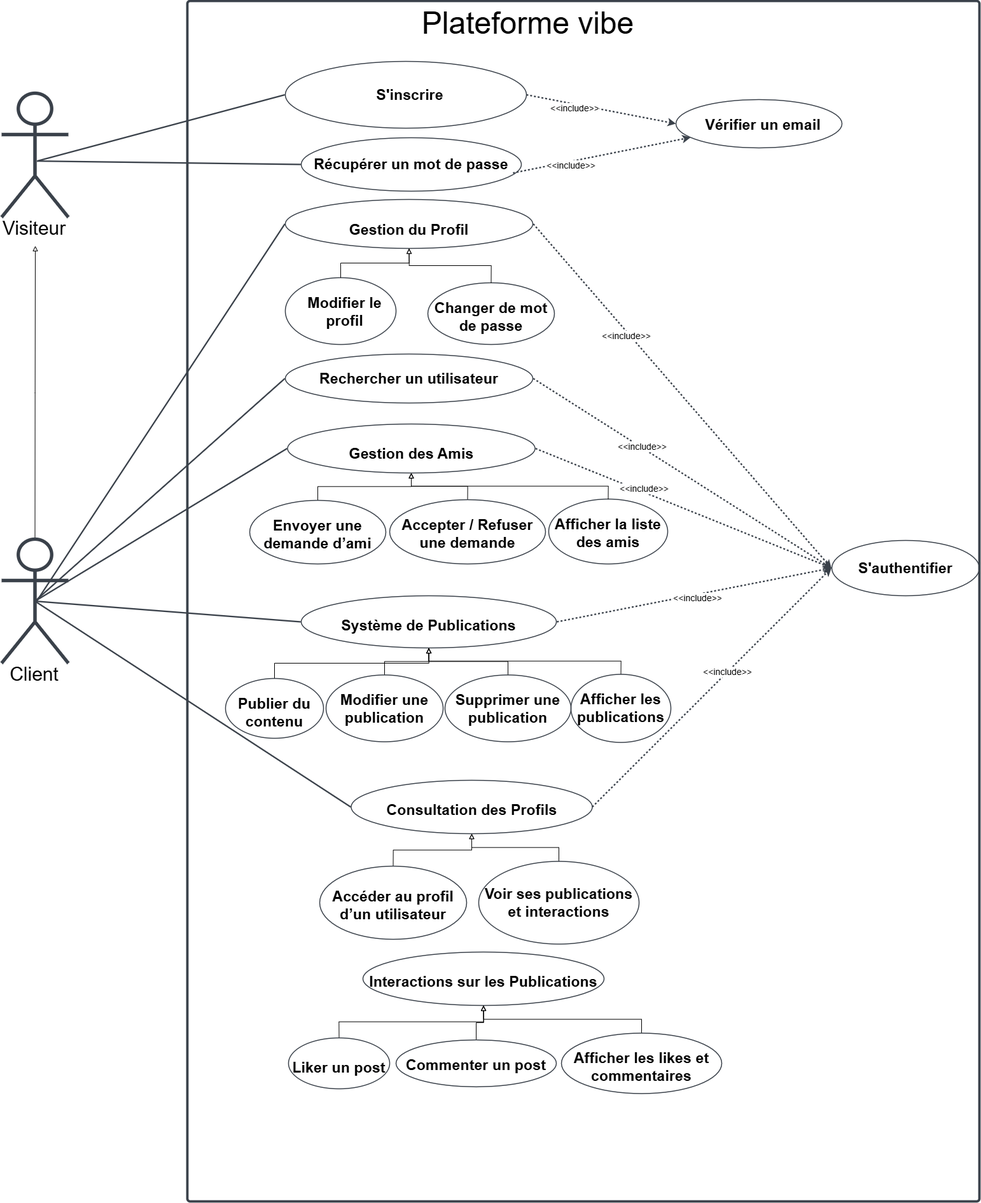
sara-boulahia32/vibe keeps this draw.io diagram as diagrammes/use case.drawio.png. Above is the earlier version. Source tidied: cells renumbered, new cells last; positions are measured from the earlier drawing's top-left corner, leaving out a move shared by most shapes.
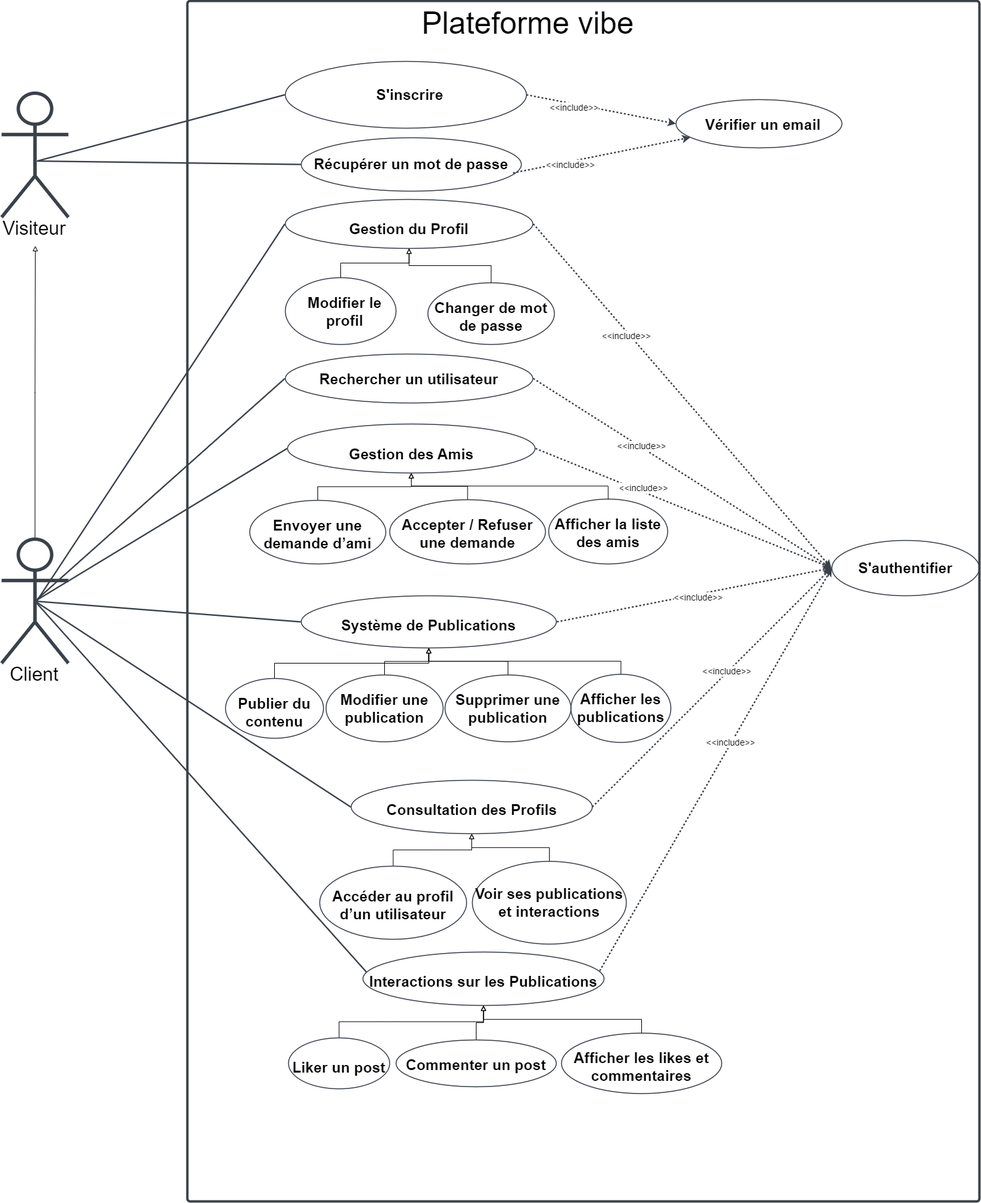
The same file after the commit.

Commit message:
class diagram

Diff of the diagram source:
```diff
@@ -126,7 +126,7 @@
       <mxGeometry relative="1" as="geometry" />
     </mxCell>
     <mxCell id="43" value="&lt;p&gt;&lt;strong&gt;Voir ses publications et interactions&lt;/strong&gt;&lt;/p&gt;" style="html=1;overflow=block;blockSpacing=1;whiteSpace=wrap;ellipse;fontSize=23.3;fontStyle=1;align=center;spacing=3.8;strokeColor=#3a414a;strokeOpacity=100;fillOpacity=0;rounded=1;absoluteArcSize=1;arcSize=9;fillColor=#000000;strokeWidth=1.5;lucidId=yAVIO8vuX-i1;" parent="2" vertex="1">
-      <mxGeometry x="458" y="1352.5" width="252" height="130" as="geometry" />
+      <mxGeometry x="448" y="1352.5" width="242" height="130" as="geometry" />
     </mxCell>
     <mxCell id="44" value="&lt;h4&gt;&lt;strong&gt;Interactions sur les Publications&lt;/strong&gt;&lt;/h4&gt;" style="html=1;overflow=block;blockSpacing=1;whiteSpace=wrap;ellipse;fontSize=23.3;fontStyle=1;align=center;spacing=3.8;strokeColor=#3a414a;strokeOpacity=100;fillOpacity=0;rounded=1;absoluteArcSize=1;arcSize=9;fillColor=#000000;strokeWidth=1.5;lucidId=WHzLZ4.igpeF;" parent="2" vertex="1">
       <mxGeometry x="276" y="1495" width="379" height="84" as="geometry" />
@@ -149,6 +149,12 @@
     <mxCell id="50" value="&lt;p&gt;&lt;strong&gt;Afficher les likes et commentaires&lt;/strong&gt;&lt;/p&gt;" style="html=1;overflow=block;blockSpacing=1;whiteSpace=wrap;ellipse;fontSize=23.3;fontStyle=1;align=center;spacing=3.8;strokeColor=#3a414a;strokeOpacity=100;fillOpacity=0;rounded=1;absoluteArcSize=1;arcSize=9;fillColor=#000000;strokeWidth=1.5;lucidId=yAVIO8vuX-i1;" parent="2" vertex="1">
       <mxGeometry x="588" y="1622.5" width="252" height="95" as="geometry" />
     </mxCell>
+    <mxCell id="66" style="html=1;jettySize=18;whiteSpace=wrap;fontSize=13;strokeColor=#3a414a;strokeOpacity=100;dashed=1;fixDash=1;strokeWidth=2.3;rounded=0;startArrow=none;exitX=0.982;exitY=0.353;entryX=0;entryY=0.5;lucidId=6JzLy.UQozAM;exitDx=0;exitDy=0;entryDx=0;entryDy=0;exitPerimeter=0;" parent="2" edge="1" source="44" target="30">
+      <mxGeometry relative="1" as="geometry" />
+    </mxCell>
+    <mxCell id="67" value="&lt;span style=&quot;font-size: 14px;&quot;&gt;&amp;lt;&amp;lt;include&amp;gt;&amp;gt;&lt;/span&gt;" style="edgeLabel;html=1;align=center;verticalAlign=middle;" parent="66" vertex="1">
+      <mxGeometry x="0.13" y="2" relative="1" as="geometry" />
+    </mxCell>
     <mxCell id="51" style="edgeStyle=orthogonalEdgeStyle;rounded=0;jettySize=auto;html=1;exitX=0.5;exitY=0;exitDx=0;exitDy=0;exitPerimeter=0;endArrow=block;endFill=0;" parent="1" edge="1" source="52">
       <mxGeometry relative="1" as="geometry">
         <mxPoint x="53" y="385" as="targetPoint" />
@@ -196,5 +202,8 @@
     <mxCell id="65" style="edgeStyle=orthogonalEdgeStyle;rounded=0;jettySize=auto;html=1;exitX=0.5;exitY=0;exitDx=0;exitDy=0;endArrow=block;endFill=0;" parent="1" edge="1" source="8" target="54">
       <mxGeometry relative="1" as="geometry" />
     </mxCell>
+    <mxCell id="68" style="html=1;jettySize=18;whiteSpace=wrap;fontSize=13;strokeColor=#3a414a;strokeOpacity=100;strokeWidth=2.3;rounded=0;startArrow=none;endArrow=none;exitX=0.5;exitY=0.5;exitPerimeter=0;entryX=0.014;entryY=0.373;entryPerimeter=0;lucidId=CIzLwJYtVKjQ;exitDx=0;exitDy=0;entryDx=0;entryDy=0;" parent="1" edge="1" source="52" target="44">
+      <mxGeometry relative="1" as="geometry" />
+    </mxCell>
   </root>
 </mxGraphModel>
```
